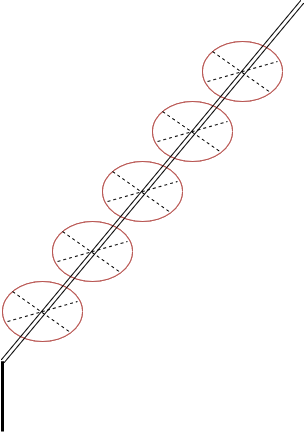
adamski83/sklep keeps this draw.io diagram as Untitled Diagram.png. Above is the earlier version. Source tidied: cells renumbered, new cells last; positions are measured from the earlier drawing's top-left corner, leaving out a move shared by most shapes.
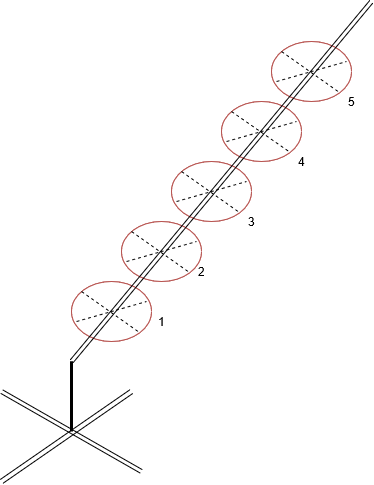
After the commit.

Change to the diagram source:
```diff
@@ -105,5 +105,32 @@
         <mxPoint x="175" y="180" as="targetPoint" />
       </mxGeometry>
     </mxCell>
+    <mxCell id="25" style="shape=link;html=1;" parent="1" edge="1">
+      <mxGeometry relative="1" as="geometry">
+        <mxPoint x="-70" y="390" as="sourcePoint" />
+        <mxPoint x="70" y="470" as="targetPoint" />
+      </mxGeometry>
+    </mxCell>
+    <mxCell id="26" style="shape=link;html=1;width=-4.666666666666667;" parent="1" edge="1">
+      <mxGeometry relative="1" as="geometry">
+        <mxPoint x="-70" y="480" as="sourcePoint" />
+        <mxPoint x="60" y="390" as="targetPoint" />
+      </mxGeometry>
+    </mxCell>
+    <mxCell id="27" value="1" style="text;html=1;align=center;verticalAlign=middle;" parent="1" vertex="1">
+      <mxGeometry x="80" y="310" width="20" height="20" as="geometry" />
+    </mxCell>
+    <mxCell id="28" value="2" style="text;html=1;align=center;verticalAlign=middle;" parent="1" vertex="1">
+      <mxGeometry x="120" y="260" width="20" height="20" as="geometry" />
+    </mxCell>
+    <mxCell id="29" value="3" style="text;html=1;align=center;verticalAlign=middle;" parent="1" vertex="1">
+      <mxGeometry x="170" y="210" width="20" height="20" as="geometry" />
+    </mxCell>
+    <mxCell id="30" value="4" style="text;html=1;align=center;verticalAlign=middle;" parent="1" vertex="1">
+      <mxGeometry x="220" y="150" width="20" height="20" as="geometry" />
+    </mxCell>
+    <mxCell id="31" value="5" style="text;html=1;align=center;verticalAlign=middle;" parent="1" vertex="1">
+      <mxGeometry x="270" y="90" width="20" height="20" as="geometry" />
+    </mxCell>
   </root>
 </mxGraphModel>
```
